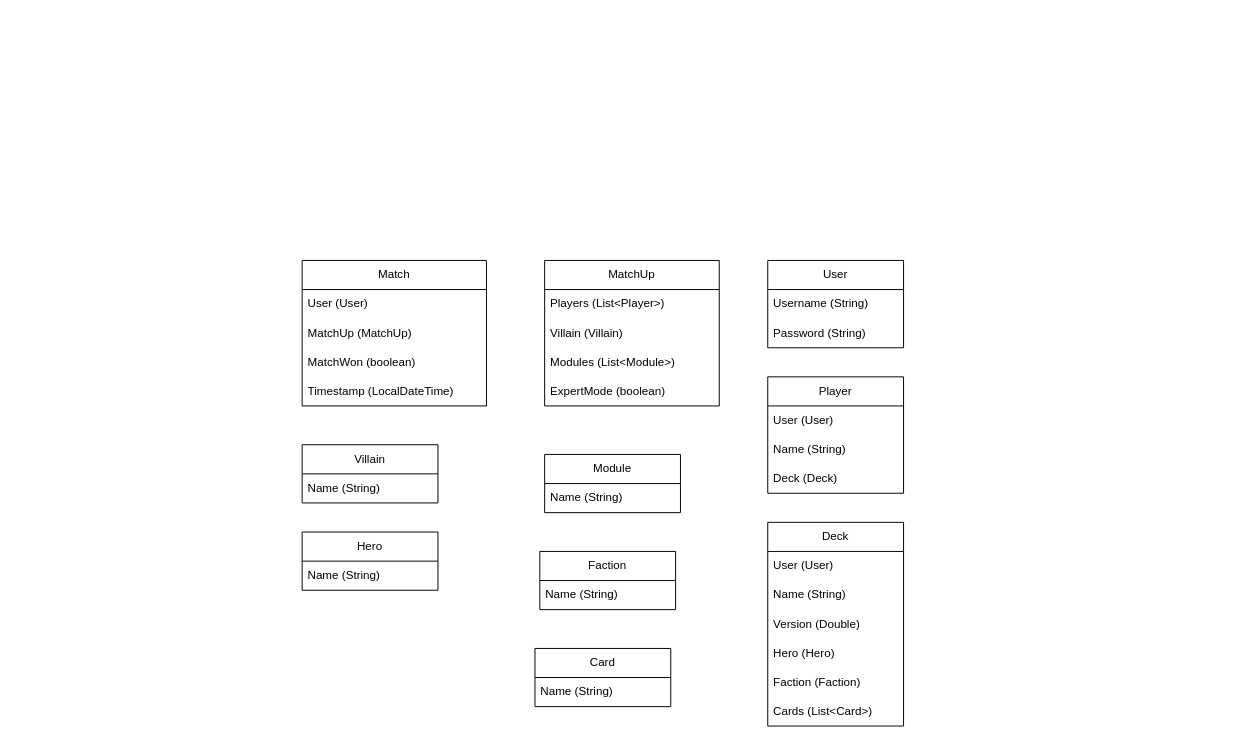
This is MarvelChampionsMatchTracker.drawio from zaktaw/MarvelChampionsMatchTracker, a draw.io file, before an edit. Source tidied: cells renumbered, new cells numbered last; positions are measured from the earlier drawing's top-left corner, leaving out a move shared by most shapes. Both pictures are drawn from the tidied source at 97%, with x=0, y=0 at pixel (302, 260).
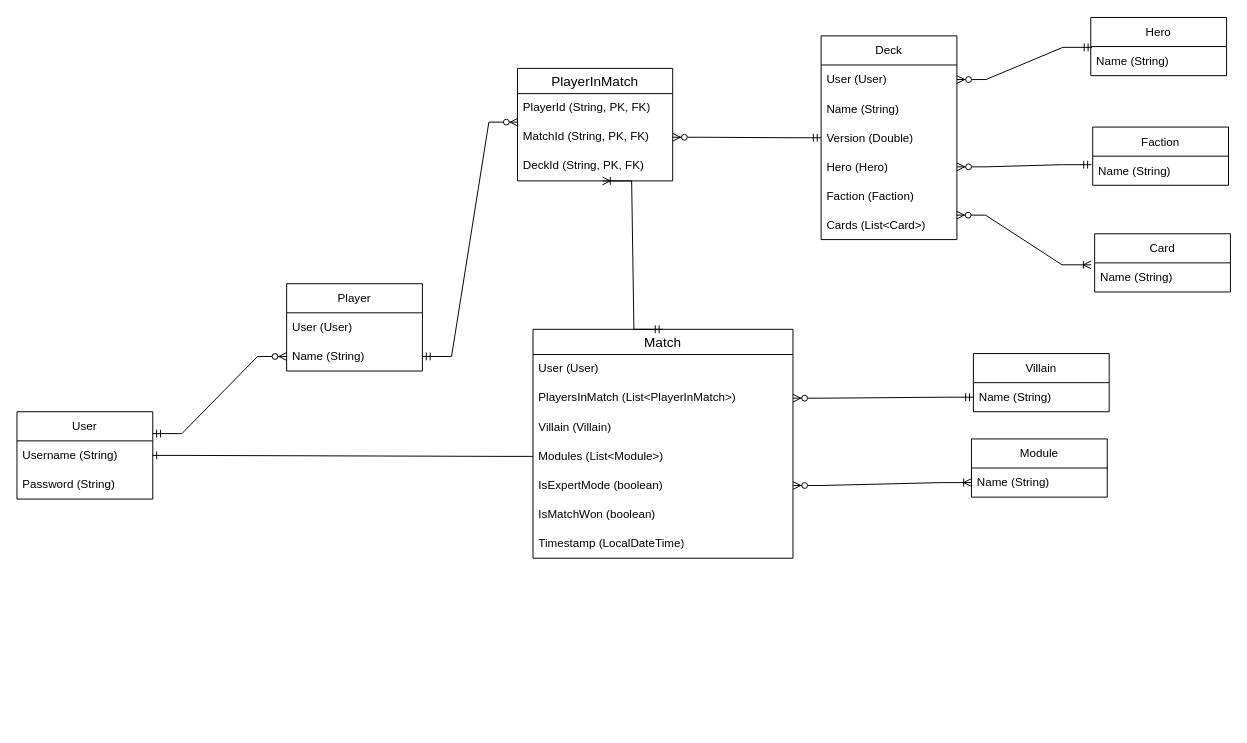
Above is the later version.

Commit message:
Update MarvelChampionsMatchTracker.drawio: add entity relations

Unchanged cells that the change refers to:
```xml
<mxCell id="13" value="Username (String)" style="text;strokeColor=none;fillColor=none;align=left;verticalAlign=middle;spacingLeft=4;spacingRight=4;overflow=hidden;points=[[0,0.5],[1,0.5]];portConstraint=eastwest;whiteSpace=wrap;html=1;" parent="12" vertex="1">
  <mxGeometry y="30" width="140" height="30" as="geometry" />
</mxCell>
<mxCell id="16" value="Name (String)" style="text;strokeColor=none;fillColor=none;align=left;verticalAlign=middle;spacingLeft=4;spacingRight=4;overflow=hidden;points=[[0,0.5],[1,0.5]];portConstraint=eastwest;whiteSpace=wrap;html=1;" parent="15" vertex="1">
  <mxGeometry y="30" width="140" height="30" as="geometry" />
</mxCell>
<mxCell id="18" value="Name (String)" style="text;strokeColor=none;fillColor=none;align=left;verticalAlign=middle;spacingLeft=4;spacingRight=4;overflow=hidden;points=[[0,0.5],[1,0.5]];portConstraint=eastwest;whiteSpace=wrap;html=1;" parent="17" vertex="1">
  <mxGeometry y="30" width="140" height="30" as="geometry" />
</mxCell>
<mxCell id="21" value="Name (String)" style="text;strokeColor=none;fillColor=none;align=left;verticalAlign=middle;spacingLeft=4;spacingRight=4;overflow=hidden;points=[[0,0.5],[1,0.5]];portConstraint=eastwest;whiteSpace=wrap;html=1;" parent="19" vertex="1">
  <mxGeometry y="60" width="140" height="30" as="geometry" />
</mxCell>
<mxCell id="24" value="Name (String)" style="text;strokeColor=none;fillColor=none;align=left;verticalAlign=middle;spacingLeft=4;spacingRight=4;overflow=hidden;points=[[0,0.5],[1,0.5]];portConstraint=eastwest;whiteSpace=wrap;html=1;" parent="23" vertex="1">
  <mxGeometry y="30" width="140" height="30" as="geometry" />
</mxCell>
<mxCell id="26" value="Name (String)" style="text;strokeColor=none;fillColor=none;align=left;verticalAlign=middle;spacingLeft=4;spacingRight=4;overflow=hidden;points=[[0,0.5],[1,0.5]];portConstraint=eastwest;whiteSpace=wrap;html=1;" parent="25" vertex="1">
  <mxGeometry y="30" width="140" height="30" as="geometry" />
</mxCell>
<mxCell id="28" value="User (User)" style="text;strokeColor=none;fillColor=none;align=left;verticalAlign=middle;spacingLeft=4;spacingRight=4;overflow=hidden;points=[[0,0.5],[1,0.5]];portConstraint=eastwest;whiteSpace=wrap;html=1;" parent="27" vertex="1">
  <mxGeometry y="30" width="140" height="30" as="geometry" />
</mxCell>
<mxCell id="30" value="Version (Double)" style="text;strokeColor=none;fillColor=none;align=left;verticalAlign=middle;spacingLeft=4;spacingRight=4;overflow=hidden;points=[[0,0.5],[1,0.5]];portConstraint=eastwest;whiteSpace=wrap;html=1;" parent="27" vertex="1">
  <mxGeometry y="90" width="140" height="30" as="geometry" />
</mxCell>
<mxCell id="31" value="Hero (Hero)" style="text;strokeColor=none;fillColor=none;align=left;verticalAlign=middle;spacingLeft=4;spacingRight=4;overflow=hidden;points=[[0,0.5],[1,0.5]];portConstraint=eastwest;whiteSpace=wrap;html=1;" parent="27" vertex="1">
  <mxGeometry y="120" width="140" height="30" as="geometry" />
</mxCell>
<mxCell id="33" value="Cards (List&amp;lt;Card&amp;gt;)" style="text;strokeColor=none;fillColor=none;align=left;verticalAlign=middle;spacingLeft=4;spacingRight=4;overflow=hidden;points=[[0,0.5],[1,0.5]];portConstraint=eastwest;whiteSpace=wrap;html=1;" parent="27" vertex="1">
  <mxGeometry y="180" width="140" height="30" as="geometry" />
</mxCell>
<mxCell id="35" value="Name (String)" style="text;strokeColor=none;fillColor=none;align=left;verticalAlign=middle;spacingLeft=4;spacingRight=4;overflow=hidden;points=[[0,0.5],[1,0.5]];portConstraint=eastwest;whiteSpace=wrap;html=1;" parent="34" vertex="1">
  <mxGeometry y="30" width="140" height="30" as="geometry" />
</mxCell>
```

What changed in the source:
```diff
@@
-    <mxCell id="2" value="Match" style="swimlane;fontStyle=0;horizontal=1;startSize=30;whiteSpace=wrap;html=1;" parent="1" vertex="1">
-      <mxGeometry width="190" height="150" as="geometry" />
-    </mxCell>
-    <mxCell id="3" value="User (User)" style="text;strokeColor=none;fillColor=none;align=left;verticalAlign=middle;spacingLeft=4;spacingRight=4;overflow=hidden;whiteSpace=wrap;html=1;" parent="2" vertex="1">
-      <mxGeometry y="30" width="190" height="30" as="geometry" />
-    </mxCell>
-    <mxCell id="4" value="MatchUp (MatchUp)" style="text;strokeColor=none;fillColor=none;align=left;verticalAlign=middle;spacingLeft=4;spacingRight=4;overflow=hidden;whiteSpace=wrap;html=1;" parent="2" vertex="1">
-      <mxGeometry y="60" width="190" height="30" as="geometry" />
-    </mxCell>
-    <mxCell id="5" value="MatchWon (boolean)" style="text;strokeColor=none;fillColor=none;align=left;verticalAlign=middle;spacingLeft=4;spacingRight=4;overflow=hidden;whiteSpace=wrap;html=1;" parent="2" vertex="1">
-      <mxGeometry y="90" width="190" height="30" as="geometry" />
-    </mxCell>
-    <mxCell id="6" value="Timestamp (LocalDateTime)" style="text;strokeColor=none;fillColor=none;align=left;verticalAlign=middle;spacingLeft=4;spacingRight=4;overflow=hidden;whiteSpace=wrap;html=1;" parent="2" vertex="1">
-      <mxGeometry y="120" width="190" height="30" as="geometry" />
-    </mxCell>
-    <mxCell id="7" value="MatchUp" style="swimlane;fontStyle=0;horizontal=1;startSize=30;whiteSpace=wrap;html=1;" parent="1" vertex="1">
-      <mxGeometry x="250" width="180" height="150" as="geometry" />
-    </mxCell>
-    <mxCell id="8" value="Players (List&amp;lt;Player&amp;gt;)" style="text;strokeColor=none;fillColor=none;align=left;verticalAlign=middle;spacingLeft=4;spacingRight=4;overflow=hidden;whiteSpace=wrap;html=1;" parent="7" vertex="1">
-      <mxGeometry y="30" width="180" height="30" as="geometry" />
-    </mxCell>
-    <mxCell id="9" value="Villain (Villain)" style="text;strokeColor=none;fillColor=none;align=left;verticalAlign=middle;spacingLeft=4;spacingRight=4;overflow=hidden;whiteSpace=wrap;html=1;" parent="7" vertex="1">
-      <mxGeometry y="60" width="180" height="30" as="geometry" />
-    </mxCell>
-    <mxCell id="10" value="Modules (List&amp;lt;Module&amp;gt;)" style="text;strokeColor=none;fillColor=none;align=left;verticalAlign=middle;spacingLeft=4;spacingRight=4;overflow=hidden;points=[[0,0.5],[1,0.5]];portConstraint=eastwest;whiteSpace=wrap;html=1;" parent="7" vertex="1">
-      <mxGeometry y="90" width="180" height="30" as="geometry" />
-    </mxCell>
-    <mxCell id="11" value="ExpertMode (boolean)" style="text;strokeColor=none;fillColor=none;align=left;verticalAlign=middle;spacingLeft=4;spacingRight=4;overflow=hidden;whiteSpace=wrap;html=1;" parent="7" vertex="1">
-      <mxGeometry y="120" width="180" height="30" as="geometry" />
-    </mxCell>
     <mxCell id="12" value="User" style="swimlane;fontStyle=0;horizontal=1;startSize=30;whiteSpace=wrap;html=1;" parent="1" vertex="1">
-      <mxGeometry x="480" width="140" height="90" as="geometry" />
+      <mxGeometry x="-294" y="156" width="140" height="90" as="geometry" />
     </mxCell>
@@
     <mxCell id="15" value="Villain" style="swimlane;fontStyle=0;horizontal=1;startSize=30;whiteSpace=wrap;html=1;" parent="1" vertex="1">
-      <mxGeometry y="190" width="140" height="60" as="geometry" />
+      <mxGeometry x="692" y="96" width="140" height="60" as="geometry" />
     </mxCell>
@@
     <mxCell id="17" value="Module" style="swimlane;fontStyle=0;horizontal=1;startSize=30;whiteSpace=wrap;html=1;" parent="1" vertex="1">
-      <mxGeometry x="250" y="200" width="140" height="60" as="geometry" />
+      <mxGeometry x="690" y="184" width="140" height="60" as="geometry" />
     </mxCell>
@@
     <mxCell id="19" value="Player" style="swimlane;fontStyle=0;horizontal=1;startSize=30;whiteSpace=wrap;html=1;" parent="1" vertex="1">
-      <mxGeometry x="480" y="120" width="140" height="120" as="geometry" />
+      <mxGeometry x="-16" y="24" width="140" height="90" as="geometry" />
     </mxCell>
@@
-    <mxCell id="22" value="Deck (Deck)" style="text;strokeColor=none;fillColor=none;align=left;verticalAlign=middle;spacingLeft=4;spacingRight=4;overflow=hidden;whiteSpace=wrap;html=1;" parent="19" vertex="1">
-      <mxGeometry y="90" width="140" height="30" as="geometry" />
-    </mxCell>
     <mxCell id="23" value="Hero" style="swimlane;fontStyle=0;horizontal=1;startSize=30;whiteSpace=wrap;html=1;" parent="1" vertex="1">
-      <mxGeometry y="280" width="140" height="60" as="geometry" />
+      <mxGeometry x="813" y="-250.5" width="140" height="60" as="geometry" />
     </mxCell>
@@
     <mxCell id="25" value="Faction" style="swimlane;fontStyle=0;horizontal=1;startSize=30;whiteSpace=wrap;html=1;" parent="1" vertex="1">
-      <mxGeometry x="245" y="300" width="140" height="60" as="geometry" />
+      <mxGeometry x="815" y="-137.5" width="140" height="60" as="geometry" />
     </mxCell>
@@
     <mxCell id="27" value="Deck" style="swimlane;fontStyle=0;horizontal=1;startSize=30;whiteSpace=wrap;html=1;" parent="1" vertex="1">
-      <mxGeometry x="480" y="270" width="140" height="210" as="geometry" />
+      <mxGeometry x="535" y="-231.5" width="140" height="210" as="geometry" />
     </mxCell>
@@
     <mxCell id="34" value="Card" style="swimlane;fontStyle=0;horizontal=1;startSize=30;whiteSpace=wrap;html=1;" parent="1" vertex="1">
-      <mxGeometry x="240" y="400" width="140" height="60" as="geometry" />
+      <mxGeometry x="817" y="-27.5" width="140" height="60" as="geometry" />
     </mxCell>
@@
+    <mxCell id="36" style="edgeStyle=entityRelationEdgeStyle;fontSize=12;html=1;endArrow=ERzeroToMany;startArrow=ERmandOne;entryX=0;entryY=0.5;entryDx=0;entryDy=0;exitX=1;exitY=0.25;exitDx=0;exitDy=0;rounded=0;strokeColor=default;" parent="1" edge="1" source="12" target="21">
+      <mxGeometry relative="1" as="geometry" />
+    </mxCell>
+    <mxCell id="37" style="edgeStyle=entityRelationEdgeStyle;fontSize=12;html=1;endArrow=ERone;endFill=1;rounded=0;exitX=0;exitY=0.5;exitDx=0;exitDy=0;entryX=1;entryY=0.5;entryDx=0;entryDy=0;" parent="1" edge="1" source="10" target="13">
+      <mxGeometry relative="1" as="geometry" />
+    </mxCell>
+    <mxCell id="38" style="edgeStyle=entityRelationEdgeStyle;fontSize=12;html=1;endArrow=ERmandOne;startArrow=ERzeroToMany;rounded=0;entryX=1;entryY=0.5;entryDx=0;entryDy=0;exitX=0.003;exitY=-0.019;exitDx=0;exitDy=0;exitPerimeter=0;endFill=0;" parent="1" edge="1" source="43" target="21">
+      <mxGeometry relative="1" as="geometry" />
+    </mxCell>
+    <mxCell id="39" style="edgeStyle=entityRelationEdgeStyle;fontSize=12;html=1;endArrow=ERzeroToMany;startArrow=ERmandOne;rounded=0;exitX=0;exitY=0.5;exitDx=0;exitDy=0;entryX=1;entryY=0.5;entryDx=0;entryDy=0;" parent="1" edge="1" source="16" target="48">
+      <mxGeometry relative="1" as="geometry" />
+    </mxCell>
+    <mxCell id="40" style="edgeStyle=entityRelationEdgeStyle;fontSize=12;html=1;endArrow=ERoneToMany;endFill=0;startArrow=ERzeroToMany;rounded=0;exitX=1;exitY=0.5;exitDx=0;exitDy=0;entryX=0;entryY=0.5;entryDx=0;entryDy=0;" parent="1" edge="1" source="49" target="18">
+      <mxGeometry relative="1" as="geometry" />
+    </mxCell>
+    <mxCell id="41" value="PlayerInMatch" style="swimlane;fontStyle=0;horizontal=1;startSize=26;align=center;fontSize=14;" parent="1" vertex="1">
+      <mxGeometry x="222" y="-198" width="160" height="116" as="geometry" />
+    </mxCell>
+    <mxCell id="42" value="PlayerId (String, PK, FK)" style="text;strokeColor=none;fillColor=none;spacingLeft=4;spacingRight=4;overflow=hidden;fontSize=12;whiteSpace=wrap;html=1;" parent="41" vertex="1">
+      <mxGeometry y="26" width="160" height="30" as="geometry" />
+    </mxCell>
+    <mxCell id="43" value="MatchId (String, PK, FK)" style="text;strokeColor=none;fillColor=none;spacingLeft=4;spacingRight=4;overflow=hidden;points=[[0,0.5],[1,0.5]];portConstraint=eastwest;fontSize=12;whiteSpace=wrap;html=1;" parent="41" vertex="1">
+      <mxGeometry y="56" width="160" height="30" as="geometry" />
+    </mxCell>
+    <mxCell id="44" value="DeckId (String, PK, FK)" style="text;strokeColor=none;fillColor=none;spacingLeft=4;spacingRight=4;overflow=hidden;points=[[0,0.5],[1,0.5]];portConstraint=eastwest;fontSize=12;whiteSpace=wrap;html=1;" parent="41" vertex="1">
+      <mxGeometry y="86" width="160" height="30" as="geometry" />
+    </mxCell>
+    <mxCell id="45" style="edgeStyle=entityRelationEdgeStyle;fontSize=12;html=1;endArrow=ERzeroToMany;startArrow=ERmandOne;rounded=0;exitX=0.009;exitY=0.027;exitDx=0;exitDy=0;exitPerimeter=0;entryX=1;entryY=0.5;entryDx=0;entryDy=0;" parent="1" edge="1" source="24" target="28">
+      <mxGeometry relative="1" as="geometry" />
+    </mxCell>
+    <mxCell id="46" style="edgeStyle=entityRelationEdgeStyle;fontSize=12;html=1;endArrow=ERzeroToMany;startArrow=ERmandOne;rounded=0;exitX=-0.009;exitY=0.293;exitDx=0;exitDy=0;exitPerimeter=0;entryX=1;entryY=0.5;entryDx=0;entryDy=0;" parent="1" edge="1" source="26" target="31">
+      <mxGeometry relative="1" as="geometry" />
+    </mxCell>
+    <mxCell id="47" style="edgeStyle=entityRelationEdgeStyle;fontSize=12;html=1;endArrow=ERoneToMany;startArrow=ERzeroToMany;rounded=0;exitX=0.997;exitY=0.16;exitDx=0;exitDy=0;exitPerimeter=0;entryX=-0.026;entryY=0.067;entryDx=0;entryDy=0;entryPerimeter=0;" parent="1" edge="1" source="33" target="35">
+      <mxGeometry relative="1" as="geometry" />
+    </mxCell>
+    <mxCell id="2" value="Match" style="swimlane;fontStyle=0;horizontal=1;startSize=26;align=center;fontSize=14;" parent="1" vertex="1">
+      <mxGeometry x="238" y="71" width="268" height="236" as="geometry" />
+    </mxCell>
+    <mxCell id="3" value="User (User)" style="text;strokeColor=none;fillColor=none;spacingLeft=4;spacingRight=4;overflow=hidden;fontSize=12;whiteSpace=wrap;html=1;" parent="2" vertex="1">
+      <mxGeometry y="26" width="268" height="30" as="geometry" />
+    </mxCell>
+    <mxCell id="48" value="PlayersInMatch (List&amp;lt;PlayerInMatch&amp;gt;)" style="text;strokeColor=none;fillColor=none;spacingLeft=4;spacingRight=4;overflow=hidden;points=[[0,0.5],[1,0.5]];portConstraint=eastwest;fontSize=12;whiteSpace=wrap;html=1;" parent="2" vertex="1">
+      <mxGeometry y="56" width="268" height="30" as="geometry" />
+    </mxCell>
+    <mxCell id="9" value="Villain (Villain)" style="text;strokeColor=none;fillColor=none;align=left;verticalAlign=middle;spacingLeft=4;spacingRight=4;overflow=hidden;whiteSpace=wrap;html=1;" parent="2" vertex="1">
+      <mxGeometry y="86" width="268" height="30" as="geometry" />
+    </mxCell>
+    <mxCell id="10" value="Modules (List&amp;lt;Module&amp;gt;)" style="text;strokeColor=none;fillColor=none;align=left;verticalAlign=middle;spacingLeft=4;spacingRight=4;overflow=hidden;points=[[0,0.5],[1,0.5]];portConstraint=eastwest;whiteSpace=wrap;html=1;" parent="2" vertex="1">
+      <mxGeometry y="116" width="268" height="30" as="geometry" />
+    </mxCell>
+    <mxCell id="49" value="IsExpertMode (boolean)" style="text;strokeColor=none;fillColor=none;align=left;verticalAlign=middle;spacingLeft=4;spacingRight=4;overflow=hidden;points=[[0,0.5],[1,0.5]];portConstraint=eastwest;whiteSpace=wrap;html=1;" parent="2" vertex="1">
+      <mxGeometry y="146" width="268" height="30" as="geometry" />
+    </mxCell>
+    <mxCell id="50" value="IsMatchWon (boolean)" style="text;strokeColor=none;fillColor=none;align=left;verticalAlign=middle;spacingLeft=4;spacingRight=4;overflow=hidden;whiteSpace=wrap;html=1;" parent="2" vertex="1">
+      <mxGeometry y="176" width="268" height="30" as="geometry" />
+    </mxCell>
+    <mxCell id="6" value="Timestamp (LocalDateTime)" style="text;strokeColor=none;fillColor=none;align=left;verticalAlign=middle;spacingLeft=4;spacingRight=4;overflow=hidden;whiteSpace=wrap;html=1;" parent="2" vertex="1">
+      <mxGeometry y="206" width="268" height="30" as="geometry" />
+    </mxCell>
+    <mxCell id="51" style="edgeStyle=entityRelationEdgeStyle;fontSize=12;html=1;endArrow=ERoneToMany;startArrow=ERmandOne;rounded=0;exitX=0.5;exitY=0;exitDx=0;exitDy=0;entryX=0.548;entryY=1;entryDx=0;entryDy=0;entryPerimeter=0;" parent="1" edge="1" source="2" target="44">
+      <mxGeometry relative="1" as="geometry" />
+    </mxCell>
+    <mxCell id="52" style="edgeStyle=entityRelationEdgeStyle;fontSize=12;html=1;endArrow=ERzeroToMany;startArrow=ERmandOne;rounded=0;exitX=0;exitY=0.5;exitDx=0;exitDy=0;entryX=1;entryY=0.5;entryDx=0;entryDy=0;" parent="1" edge="1" source="30" target="43">
+      <mxGeometry relative="1" as="geometry" />
+    </mxCell>
```
